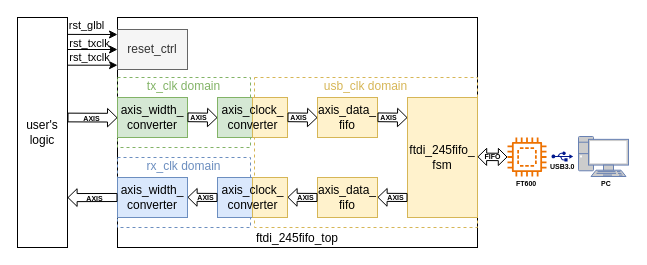
The draw.io diagram page "USB" (2 of 2) of flow_chart/框图.drawio in hjh0920/vscode_web, before the edit. Source tidied: cells renumbered, new cells numbered last; positions are measured from the earlier drawing's top-left corner, leaving out a move shared by most shapes. Both pictures are drawn from the tidied source at 100%, with x=0, y=0 at pixel (17, 17).
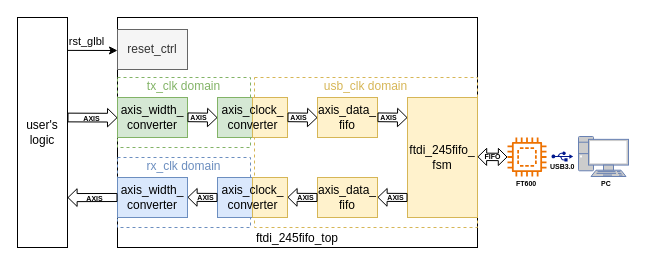
After the change.

Diff of the diagram source:
```diff
@@
     <mxCell id="45" style="endArrow=classic;html=1;rounded=0;entryX=0;entryY=0.5;entryDx=0;entryDy=0;exitX=0.995;exitY=0.13;exitDx=0;exitDy=0;exitPerimeter=0;" parent="1" edge="1">
       <mxGeometry relative="1" as="geometry">
-        <mxPoint x="49.8" y="16.9" as="sourcePoint" />
-        <mxPoint x="100" y="17" as="targetPoint" />
+        <mxPoint x="49.8" y="32.9" as="sourcePoint" />
+        <mxPoint x="100" y="33" as="targetPoint" />
       </mxGeometry>
     </mxCell>
@@
-    <mxCell id="47" style="endArrow=classic;html=1;rounded=0;entryX=0;entryY=0.5;entryDx=0;entryDy=0;exitX=0.995;exitY=0.13;exitDx=0;exitDy=0;exitPerimeter=0;" parent="1" edge="1">
-      <mxGeometry relative="1" as="geometry">
-        <mxPoint x="50" y="32" as="sourcePoint" />
-        <mxPoint x="100" y="32" as="targetPoint" />
-      </mxGeometry>
-    </mxCell>
-    <mxCell id="48" value="rst_txclk" style="edgeLabel;html=1;align=center;verticalAlign=middle;labelBackgroundColor=none;" parent="47" vertex="1">
-      <mxGeometry x="-0.29" y="1" relative="1" as="geometry">
-        <mxPoint x="3" y="-6" as="offset" />
-      </mxGeometry>
-    </mxCell>
-    <mxCell id="49" style="endArrow=classic;html=1;rounded=0;entryX=0;entryY=0.5;entryDx=0;entryDy=0;exitX=0.995;exitY=0.13;exitDx=0;exitDy=0;exitPerimeter=0;" parent="1" edge="1">
-      <mxGeometry relative="1" as="geometry">
-        <mxPoint x="50" y="47.7" as="sourcePoint" />
-        <mxPoint x="100" y="47.7" as="targetPoint" />
-      </mxGeometry>
-    </mxCell>
-    <mxCell id="50" value="rst_txclk" style="edgeLabel;html=1;align=center;verticalAlign=middle;labelBackgroundColor=none;" parent="49" vertex="1">
-      <mxGeometry x="-0.29" y="1" relative="1" as="geometry">
-        <mxPoint x="3" y="-7" as="offset" />
-      </mxGeometry>
-    </mxCell>
```
